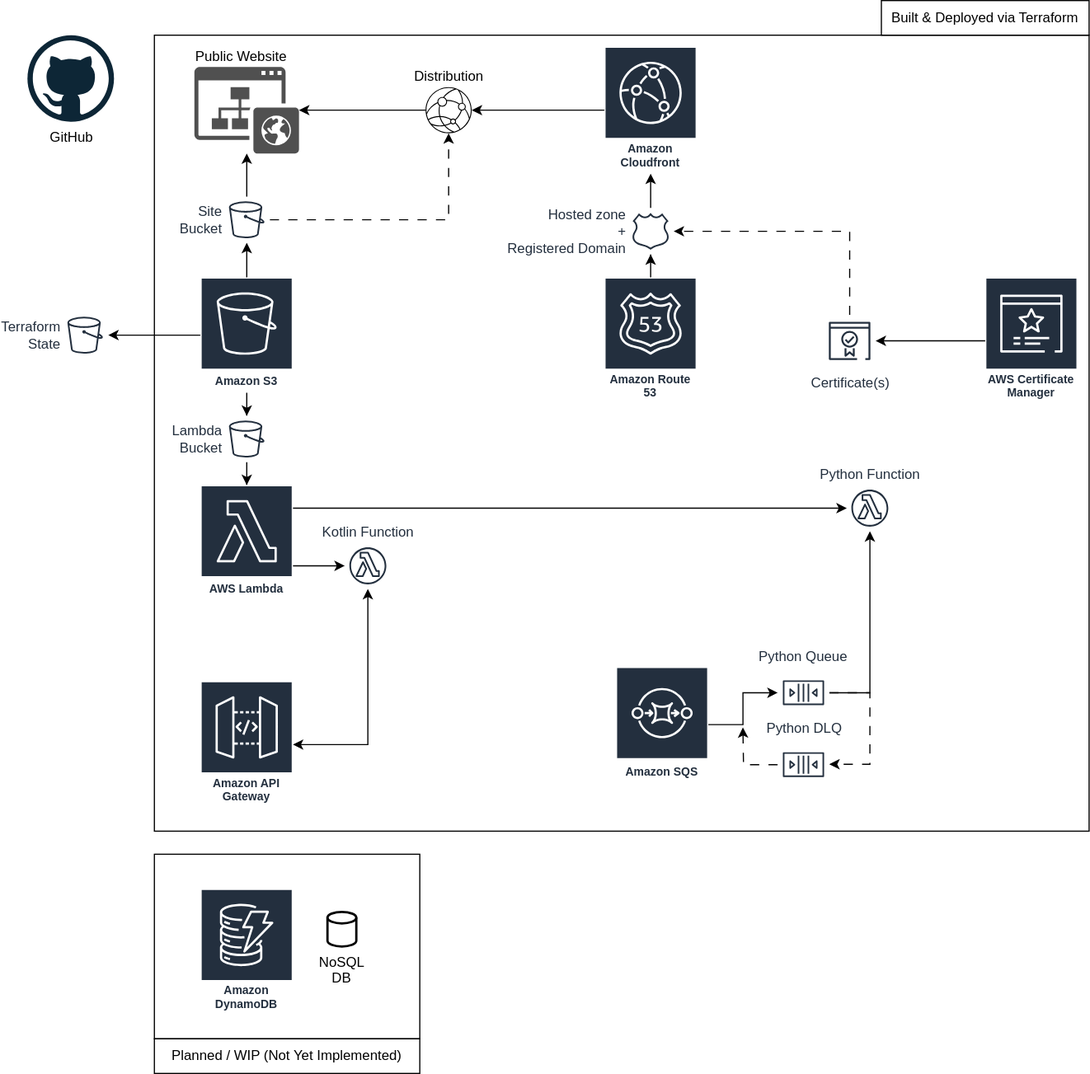
Before: diagrams/architecture.drawio.svg, a diagram exported from draw.io (azrinsler/cloud-resume). Source tidied: cells renumbered, new cells last; positions are measured from the earlier drawing's top-left corner, leaving out a move shared by most shapes.
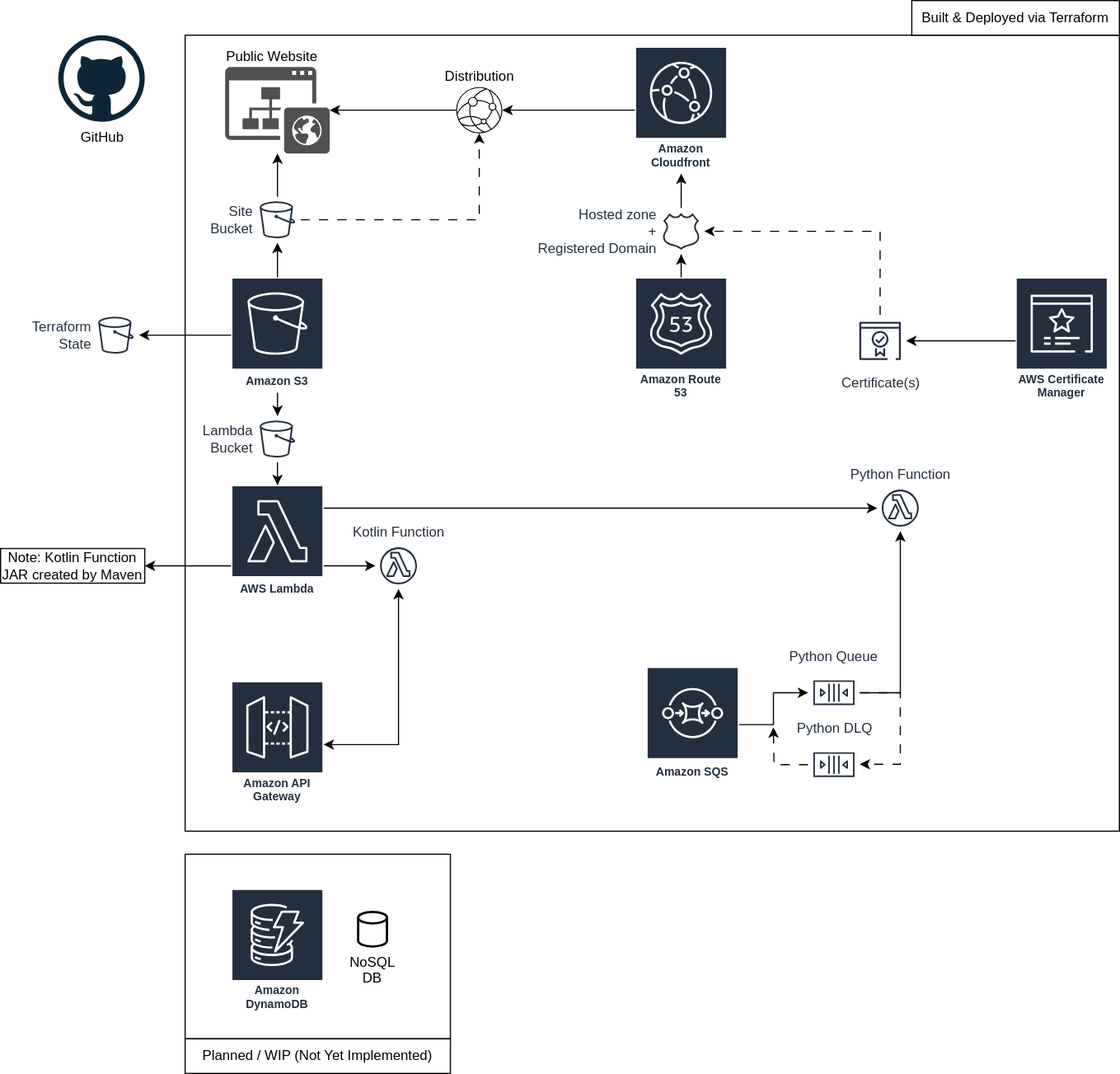
After the change.

What changed in the source:
```diff
@@ -43,6 +43,14 @@
         </Array>
       </mxGeometry>
     </mxCell>
+    <mxCell id="46" style="edgeStyle=orthogonalEdgeStyle;rounded=0;jettySize=auto;html=1;" parent="1" edge="1" source="11" target="47">
+      <mxGeometry relative="1" as="geometry">
+        <Array as="points">
+          <mxPoint x="130" y="490" />
+          <mxPoint x="130" y="490" />
+        </Array>
+      </mxGeometry>
+    </mxCell>
     <mxCell id="11" value="AWS Lambda" style="sketch=0;outlineConnect=0;fontColor=#232F3E;gradientColor=none;strokeColor=#ffffff;fillColor=#232F3E;dashed=0;verticalLabelPosition=middle;verticalAlign=bottom;align=center;html=1;whiteSpace=wrap;fontSize=10;fontStyle=1;spacing=3;shape=mxgraph.aws4.productIcon;prIcon=mxgraph.aws4.lambda;" parent="1" vertex="1">
       <mxGeometry x="150" y="420" width="80" height="100" as="geometry" />
     </mxCell>
@@ -164,5 +172,8 @@
     <mxCell id="45" value="Python Queue" style="sketch=0;outlineConnect=0;fontColor=#232F3E;gradientColor=none;strokeColor=#232F3E;fillColor=#ffffff;dashed=0;verticalLabelPosition=top;verticalAlign=bottom;align=center;html=1;fontSize=12;fontStyle=0;shape=mxgraph.aws4.resourceIcon;resIcon=mxgraph.aws4.queue;labelPosition=center;" parent="1" vertex="1">
       <mxGeometry x="650.2" y="577.7" width="44.7" height="44.7" as="geometry" />
     </mxCell>
+    <mxCell id="47" value="Note: Kotlin Function JAR created by Maven" style="text;html=1;align=center;verticalAlign=middle;whiteSpace=wrap;rounded=0;fillColor=default;fillStyle=solid;strokeColor=default;" parent="1" vertex="1">
+      <mxGeometry x="-50" y="475" width="125" height="30" as="geometry" />
+    </mxCell>
   </root>
 </mxGraphModel>
```
